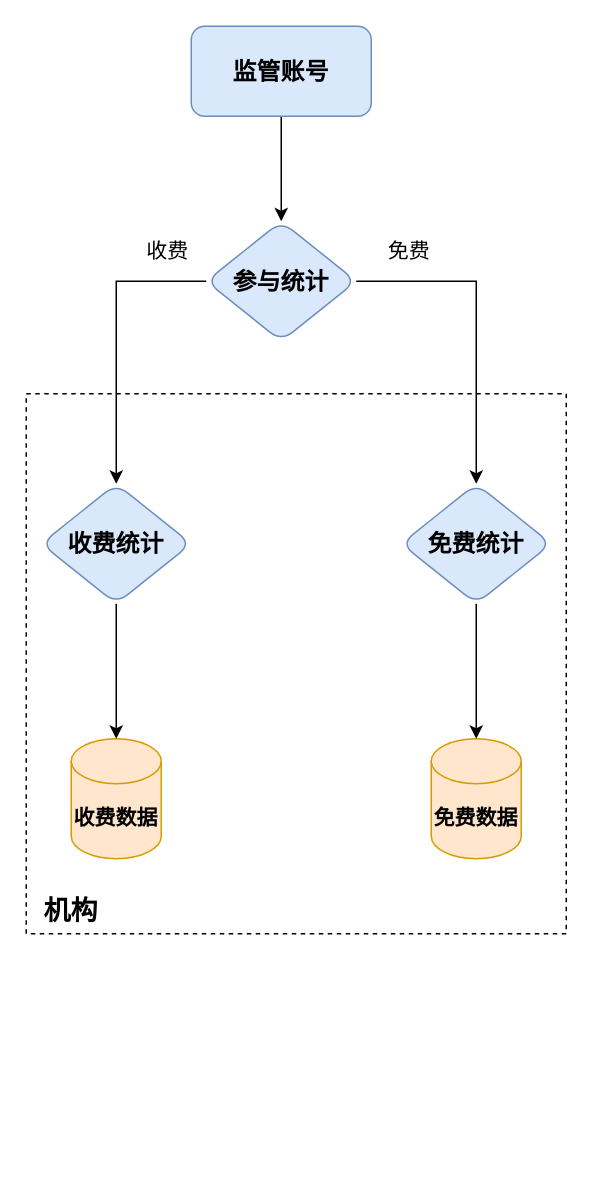
Before: free-check.drawio in 1226151667/draw, a draw.io diagram. Source tidied: cells renumbered, new cells numbered last; positions are measured from the earlier drawing's top-left corner, leaving out a move shared by most shapes. Both pictures are drawn from the tidied source at 150%, with x=0, y=0 at pixel (26, 26).
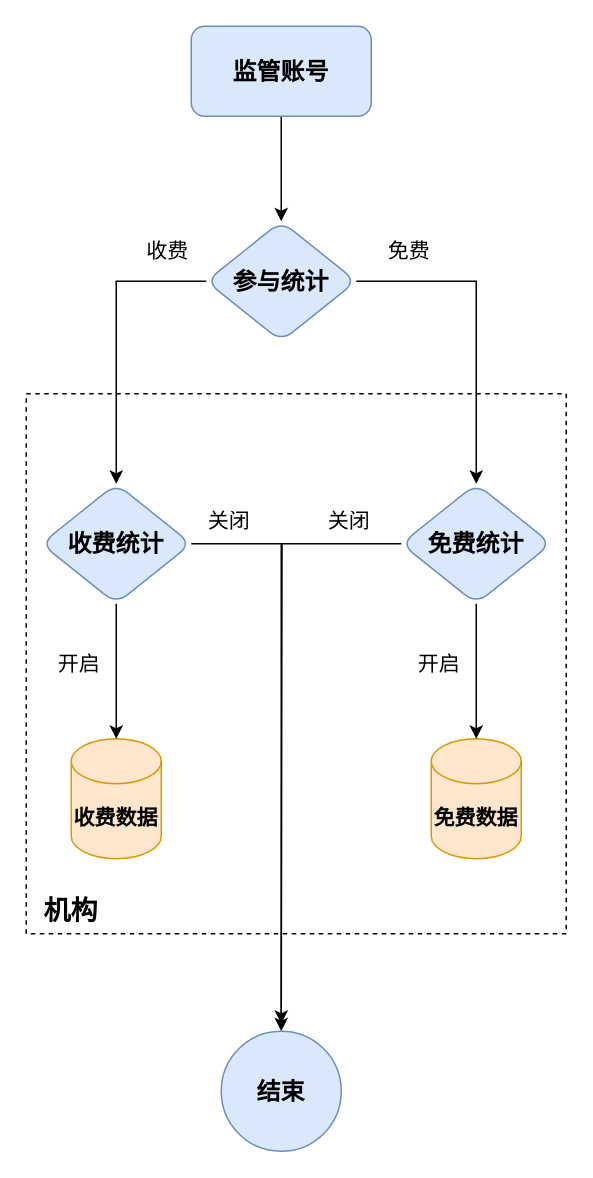
Above is the later version.

The change refers to these unchanged cells:
```xml
<mxCell id="10" value="收费统计" style="rhombus;whiteSpace=wrap;html=1;fontSize=16;fillColor=#dae8fc;strokeColor=#6c8ebf;rounded=1;fontStyle=1;" parent="1" vertex="1">
  <mxGeometry x="10" y="305" width="100" height="80" as="geometry" />
</mxCell>
<mxCell id="12" value="免费统计" style="rhombus;whiteSpace=wrap;html=1;fontSize=16;fillColor=#dae8fc;strokeColor=#6c8ebf;rounded=1;fontStyle=1;" parent="1" vertex="1">
  <mxGeometry x="250" y="305" width="100" height="80" as="geometry" />
</mxCell>
```

Change to the diagram source:
```diff
@@
+    <mxCell id="17" style="edgeStyle=orthogonalEdgeStyle;rounded=0;jettySize=auto;html=1;" parent="1" edge="1" source="10">
+      <mxGeometry relative="1" as="geometry">
+        <mxPoint x="170" y="665" as="targetPoint" />
+      </mxGeometry>
+    </mxCell>
@@
+    <mxCell id="18" style="edgeStyle=orthogonalEdgeStyle;rounded=0;jettySize=auto;html=1;" parent="1" edge="1" source="12" target="21">
+      <mxGeometry relative="1" as="geometry" />
+    </mxCell>
@@
+    <mxCell id="19" value="开启" style="text;html=1;align=center;verticalAlign=middle;strokeColor=none;fillColor=none;fontSize=14;" parent="1" vertex="1">
+      <mxGeometry x="250" y="410" width="50" height="30" as="geometry" />
+    </mxCell>
+    <mxCell id="20" value="开启" style="text;html=1;align=center;verticalAlign=middle;strokeColor=none;fillColor=none;fontSize=14;" parent="1" vertex="1">
+      <mxGeometry x="10" y="410" width="50" height="30" as="geometry" />
+    </mxCell>
+    <mxCell id="21" value="结束" style="ellipse;whiteSpace=wrap;html=1;fontSize=16;fillColor=#dae8fc;strokeColor=#6c8ebf;rounded=1;fontStyle=1;" parent="1" vertex="1">
+      <mxGeometry x="130" y="670" width="80" height="80" as="geometry" />
+    </mxCell>
+    <mxCell id="22" value="关闭" style="text;html=1;align=center;verticalAlign=middle;strokeColor=none;fillColor=none;fontSize=14;" parent="1" vertex="1">
+      <mxGeometry x="190" y="315" width="50" height="30" as="geometry" />
+    </mxCell>
+    <mxCell id="23" value="关闭" style="text;html=1;align=center;verticalAlign=middle;strokeColor=none;fillColor=none;fontSize=14;" parent="1" vertex="1">
+      <mxGeometry x="110" y="315" width="50" height="30" as="geometry" />
+    </mxCell>
```
